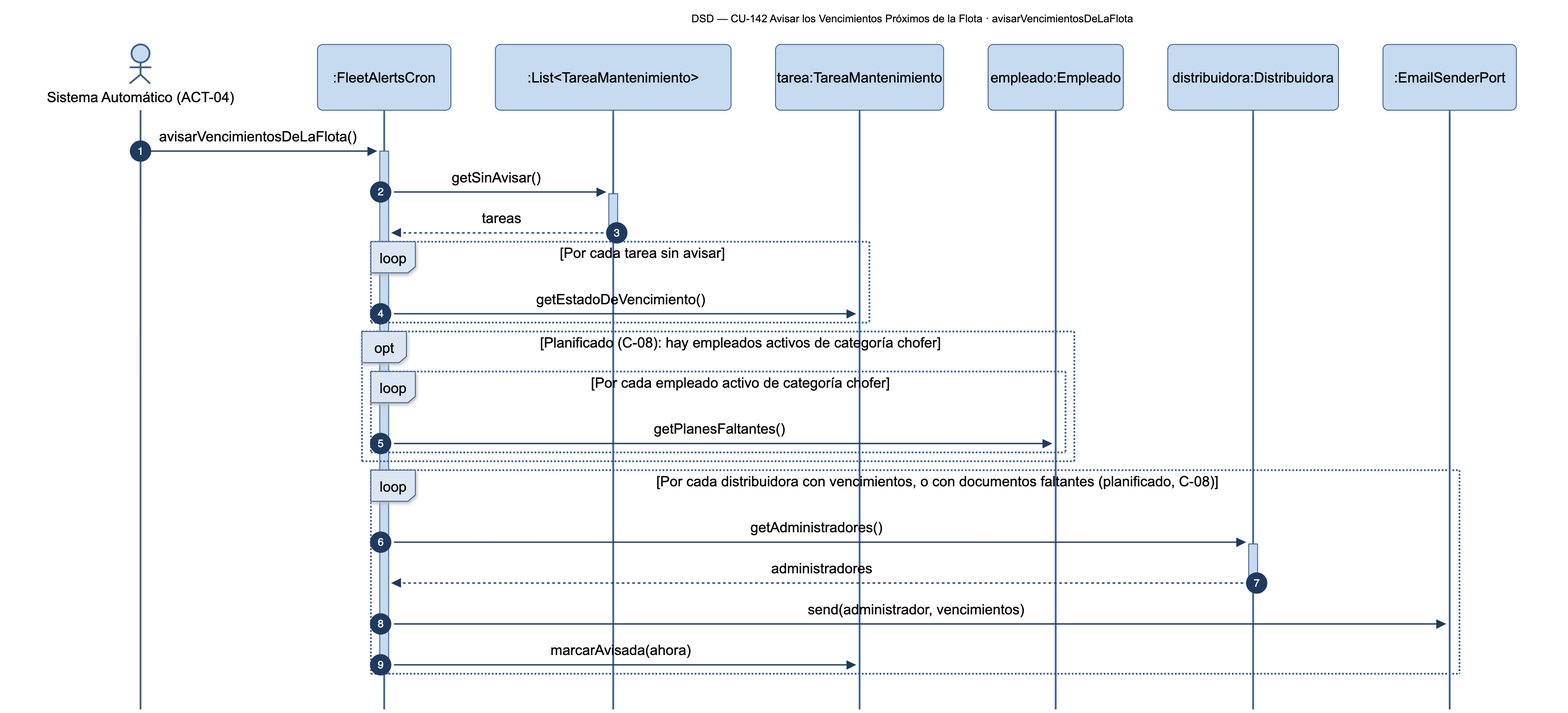
The Mermaid diagram diagramas/png/DSD_CU-142_avisarVencimientosDeLaFlota.png in Nahuelito-Dev/splg-docs, before a commit. Its source is kept beside it as diagramas/DSD_CU-142_avisarVencimientosDeLaFlota.mmd.
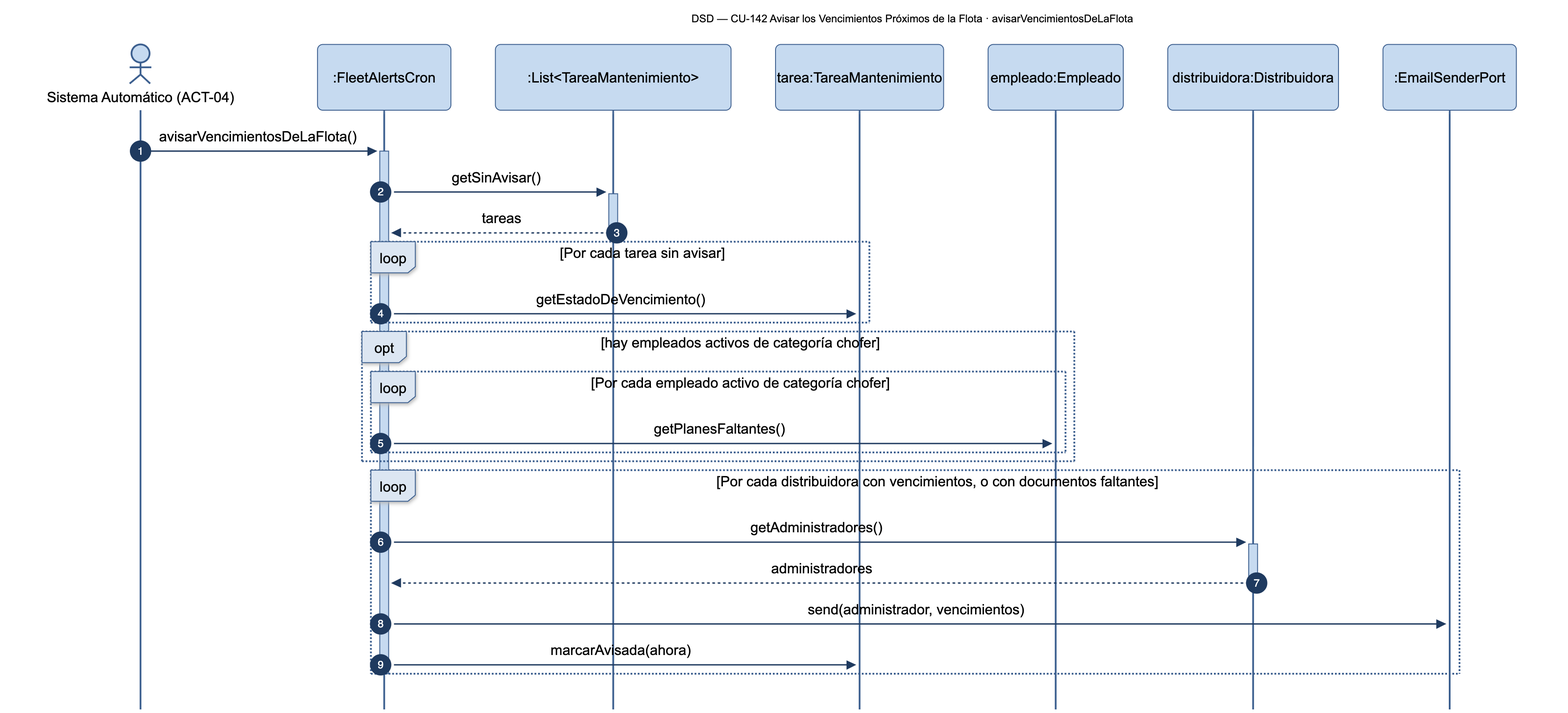
After the commit.

The edit, as a diff of the source:
```diff
@@ -15,12 +15,12 @@
     loop Por cada tarea sin avisar
         CRN->>TAR: getEstadoDeVencimiento()
     end
-    opt Planificado (C-08): hay empleados activos de categoría chofer
+    opt hay empleados activos de categoría chofer
         loop Por cada empleado activo de categoría chofer
             CRN->>EMP: getPlanesFaltantes()
         end
     end
-    loop Por cada distribuidora con vencimientos, o con documentos faltantes (planificado, C-08)
+    loop Por cada distribuidora con vencimientos, o con documentos faltantes
         CRN->>+DIS: getAdministradores()
         DIS-->>-CRN: administradores
         CRN->>MAI: send(administrador, vencimientos)
```
